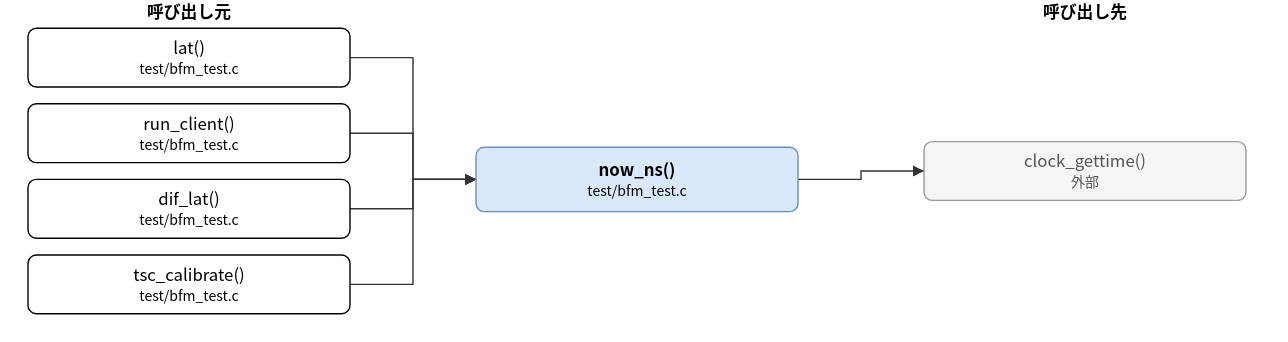
Before: doc/spec/images/call_test_bfm_test-now_ns.drawio.svg, a diagram exported from draw.io (hf355051012-ai/bfmem). Source tidied: cells renumbered, new cells last; positions are measured from the earlier drawing's top-left corner, leaving out a move shared by most shapes.
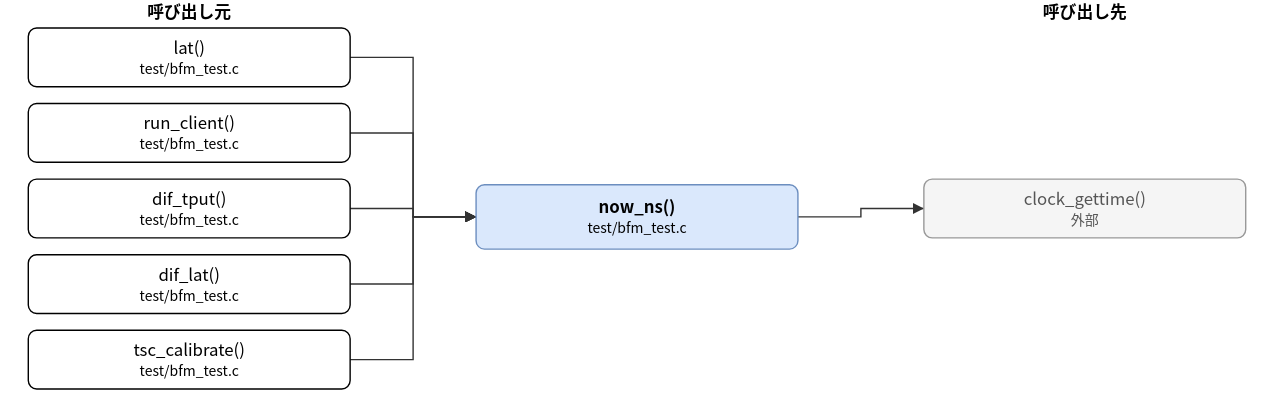
Later version of the same file.

What changed in the source:
```diff
@@ -3,7 +3,7 @@
     <mxCell id="0" />
     <mxCell id="1" parent="0" />
     <mxCell id="2" value="now_ns()&lt;br&gt;&lt;font style=&quot;font-size:10px&quot;&gt;test/bfm_test.c&lt;/font&gt;" style="rounded=1;whiteSpace=wrap;html=1;fillColor=#dae8fc;strokeColor=#6c8ebf;fontStyle=1;" parent="1" vertex="1">
-      <mxGeometry x="320" y="105" width="230" height="46" as="geometry" />
+      <mxGeometry x="320" y="132" width="230" height="46" as="geometry" />
     </mxCell>
     <mxCell id="3" value="lat()&lt;br&gt;&lt;font style=&quot;font-size:10px&quot;&gt;test/bfm_test.c&lt;/font&gt;" style="rounded=1;whiteSpace=wrap;html=1;" parent="1" vertex="1">
       <mxGeometry y="20" width="230" height="42" as="geometry" />
@@ -11,20 +11,23 @@
     <mxCell id="4" value="run_client()&lt;br&gt;&lt;font style=&quot;font-size:10px&quot;&gt;test/bfm_test.c&lt;/font&gt;" style="rounded=1;whiteSpace=wrap;html=1;" parent="1" vertex="1">
       <mxGeometry y="74" width="230" height="42" as="geometry" />
     </mxCell>
-    <mxCell id="5" value="dif_lat()&lt;br&gt;&lt;font style=&quot;font-size:10px&quot;&gt;test/bfm_test.c&lt;/font&gt;" style="rounded=1;whiteSpace=wrap;html=1;" parent="1" vertex="1">
+    <mxCell id="5" value="dif_tput()&lt;br&gt;&lt;font style=&quot;font-size:10px&quot;&gt;test/bfm_test.c&lt;/font&gt;" style="rounded=1;whiteSpace=wrap;html=1;" parent="1" vertex="1">
       <mxGeometry y="128" width="230" height="42" as="geometry" />
     </mxCell>
-    <mxCell id="6" value="tsc_calibrate()&lt;br&gt;&lt;font style=&quot;font-size:10px&quot;&gt;test/bfm_test.c&lt;/font&gt;" style="rounded=1;whiteSpace=wrap;html=1;" parent="1" vertex="1">
+    <mxCell id="6" value="dif_lat()&lt;br&gt;&lt;font style=&quot;font-size:10px&quot;&gt;test/bfm_test.c&lt;/font&gt;" style="rounded=1;whiteSpace=wrap;html=1;" parent="1" vertex="1">
       <mxGeometry y="182" width="230" height="42" as="geometry" />
     </mxCell>
+    <mxCell id="15" value="tsc_calibrate()&lt;br&gt;&lt;font style=&quot;font-size:10px&quot;&gt;test/bfm_test.c&lt;/font&gt;" style="rounded=1;whiteSpace=wrap;html=1;" parent="1" vertex="1">
+      <mxGeometry y="236" width="230" height="42" as="geometry" />
+    </mxCell>
     <mxCell id="7" value="clock_gettime()&lt;br&gt;&lt;font style=&quot;font-size:10px&quot;&gt;外部&lt;/font&gt;" style="rounded=1;whiteSpace=wrap;html=1;fillColor=#f5f5f5;strokeColor=#999999;fontColor=#555555;" parent="1" vertex="1">
-      <mxGeometry x="640" y="101" width="230" height="42" as="geometry" />
+      <mxGeometry x="640" y="128" width="230" height="42" as="geometry" />
     </mxCell>
     <mxCell id="8" style="edgeStyle=none;html=1;rounded=0;endArrow=block;endFill=1;exitX=1.0000;exitY=0.5000;exitDx=0;exitDy=0;exitPerimeter=0;entryX=0.0000;entryY=0.5000;entryDx=0;entryDy=0;entryPerimeter=0;" parent="1" edge="1" source="3" target="2">
       <mxGeometry relative="1" as="geometry">
         <Array as="points">
           <mxPoint x="275" y="41" />
-          <mxPoint x="275" y="128" />
+          <mxPoint x="275" y="155" />
         </Array>
       </mxGeometry>
     </mxCell>
@@ -32,7 +35,7 @@
       <mxGeometry relative="1" as="geometry">
         <Array as="points">
           <mxPoint x="275" y="95" />
-          <mxPoint x="275" y="128" />
+          <mxPoint x="275" y="155" />
         </Array>
       </mxGeometry>
     </mxCell>
@@ -40,7 +43,7 @@
       <mxGeometry relative="1" as="geometry">
         <Array as="points">
           <mxPoint x="275" y="149" />
-          <mxPoint x="275" y="128" />
+          <mxPoint x="275" y="155" />
         </Array>
       </mxGeometry>
     </mxCell>
@@ -48,18 +51,26 @@
       <mxGeometry relative="1" as="geometry">
         <Array as="points">
           <mxPoint x="275" y="203" />
-          <mxPoint x="275" y="128" />
+          <mxPoint x="275" y="155" />
         </Array>
       </mxGeometry>
     </mxCell>
-    <mxCell id="12" style="edgeStyle=none;html=1;rounded=0;endArrow=block;endFill=1;exitX=1.0000;exitY=0.5000;exitDx=0;exitDy=0;exitPerimeter=0;entryX=0.0000;entryY=0.5000;entryDx=0;entryDy=0;entryPerimeter=0;" parent="1" edge="1" source="2" target="7">
+    <mxCell id="12" style="edgeStyle=none;html=1;rounded=0;endArrow=block;endFill=1;exitX=1.0000;exitY=0.5000;exitDx=0;exitDy=0;exitPerimeter=0;entryX=0.0000;entryY=0.5000;entryDx=0;entryDy=0;entryPerimeter=0;" parent="1" edge="1" source="15" target="2">
       <mxGeometry relative="1" as="geometry">
         <Array as="points">
-          <mxPoint x="595" y="128" />
-          <mxPoint x="595" y="122" />
+          <mxPoint x="275" y="257" />
+          <mxPoint x="275" y="155" />
         </Array>
       </mxGeometry>
     </mxCell>
+    <mxCell id="16" style="edgeStyle=none;html=1;rounded=0;endArrow=block;endFill=1;exitX=1.0000;exitY=0.5000;exitDx=0;exitDy=0;exitPerimeter=0;entryX=0.0000;entryY=0.5000;entryDx=0;entryDy=0;entryPerimeter=0;" parent="1" edge="1" source="2" target="7">
+      <mxGeometry relative="1" as="geometry">
+        <Array as="points">
+          <mxPoint x="595" y="155" />
+          <mxPoint x="595" y="149" />
+        </Array>
+      </mxGeometry>
+    </mxCell>
     <mxCell id="13" value="呼び出し元" style="text;html=1;align=center;fontStyle=1;" parent="1" vertex="1">
       <mxGeometry x="35" width="160" height="18" as="geometry" />
     </mxCell>
```
